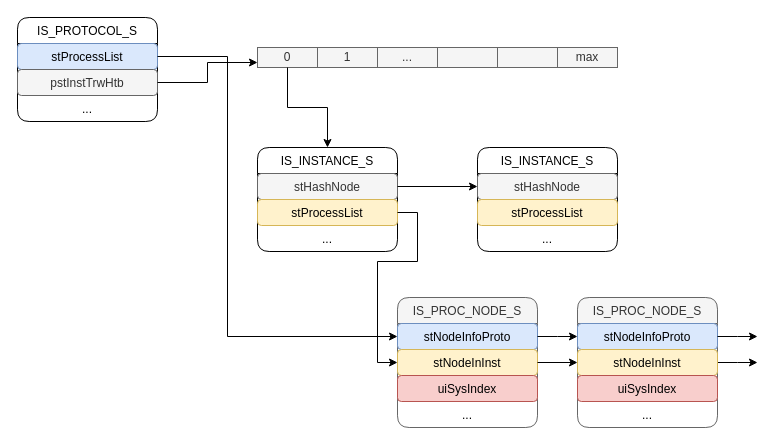
Above: base.drawio in adinxu/draw.io (draw.io), before the change. Source tidied: cells renumbered, new cells numbered last; positions are measured from the earlier drawing's top-left corner, leaving out a move shared by most shapes. Both pictures are drawn from the tidied source at 100%, with x=0, y=0 at pixel (17, 17).
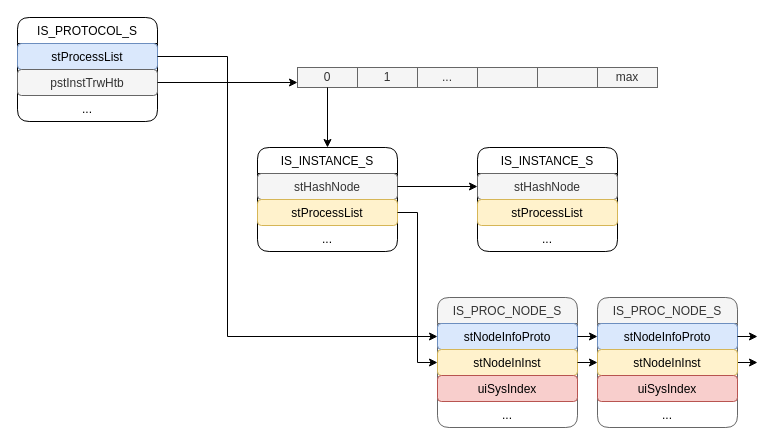
Above is the later version.

Unchanged cells that the change refers to:
```xml
<mxCell id="21" value="stNodeInfoProto" style="text;strokeColor=#6c8ebf;fillColor=#dae8fc;align=center;verticalAlign=top;spacingLeft=4;spacingRight=4;overflow=hidden;points=[[0,0.5],[1,0.5]];portConstraint=eastwest;rounded=1;shadow=0;glass=0;labelBackgroundColor=none;sketch=0;fontFamily=Helvetica;fontSize=12;" parent="20" vertex="1">
  <mxGeometry y="26" width="140" height="26" as="geometry" />
</mxCell>
<mxCell id="31" value="stNodeInfoProto" style="text;strokeColor=#6c8ebf;fillColor=#dae8fc;align=center;verticalAlign=top;spacingLeft=4;spacingRight=4;overflow=hidden;points=[[0,0.5],[1,0.5]];portConstraint=eastwest;rounded=1;shadow=0;glass=0;labelBackgroundColor=none;sketch=0;fontFamily=Helvetica;fontSize=12;" parent="30" vertex="1">
  <mxGeometry y="26" width="140" height="26" as="geometry" />
</mxCell>
```

What changed in the source:
```diff
@@
     <mxCell id="6" style="group;rounded=1;shadow=0;glass=0;labelBackgroundColor=none;sketch=0;strokeColor=#666666;fillColor=#f5f5f5;gradientDirection=radial;fontFamily=Helvetica;fontSize=12;fontColor=#333333;" parent="1" vertex="1">
-      <mxGeometry x="240" y="30" width="360" height="20" as="geometry" />
+      <mxGeometry x="280" y="50" width="360" height="20" as="geometry" />
     </mxCell>
@@
     <mxCell id="20" value="IS_PROC_NODE_S" style="swimlane;fontStyle=0;horizontal=1;startSize=26;fillColor=#f5f5f5;rounded=1;shadow=0;glass=0;labelBackgroundColor=none;sketch=0;fontFamily=Helvetica;fontSize=12;fontColor=#333333;strokeColor=#666666;" parent="1" vertex="1">
-      <mxGeometry x="380" y="280" width="140" height="130" as="geometry" />
+      <mxGeometry x="420" y="280" width="140" height="130" as="geometry" />
     </mxCell>
@@
     <mxCell id="30" value="IS_PROC_NODE_S" style="swimlane;fontStyle=0;horizontal=1;startSize=26;fillColor=#f5f5f5;rounded=1;shadow=0;glass=0;labelBackgroundColor=none;sketch=0;fontFamily=Helvetica;fontSize=12;fontColor=#333333;strokeColor=#666666;" parent="1" vertex="1">
-      <mxGeometry x="560" y="280" width="140" height="130" as="geometry" />
+      <mxGeometry x="580" y="280" width="140" height="130" as="geometry" />
     </mxCell>
@@
-    <mxCell id="38" style="edgeStyle=orthogonalEdgeStyle;rounded=0;jettySize=auto;html=1;exitX=1;exitY=0.5;exitDx=0;exitDy=0;fontFamily=Helvetica;fontSize=12;fontColor=default;" parent="1" edge="1" source="21">
-      <mxGeometry relative="1" as="geometry">
-        <mxPoint x="560" y="319" as="targetPoint" />
-      </mxGeometry>
+    <mxCell id="38" style="edgeStyle=orthogonalEdgeStyle;rounded=0;jettySize=auto;html=1;exitX=1;exitY=0.5;exitDx=0;exitDy=0;fontFamily=Helvetica;fontSize=12;fontColor=default;entryX=0;entryY=0.5;entryDx=0;entryDy=0;" parent="1" edge="1" source="21" target="31">
+      <mxGeometry relative="1" as="geometry" />
     </mxCell>
```
